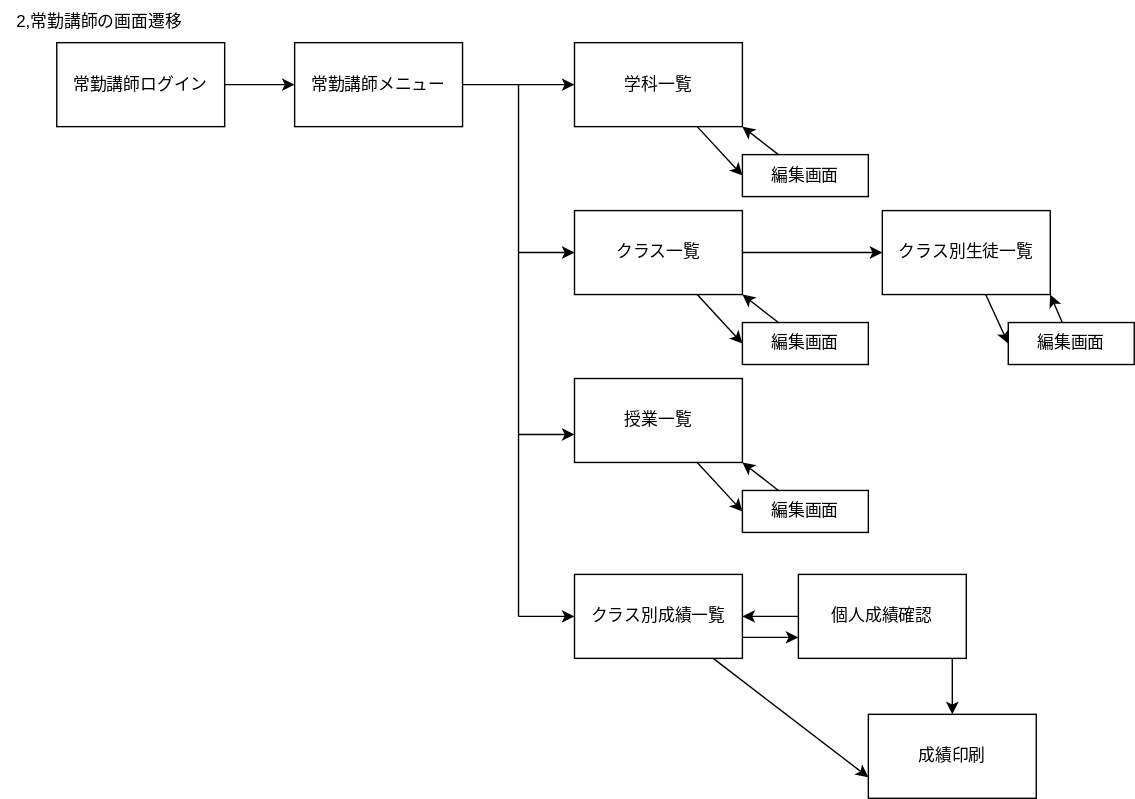
The draw.io diagram teamG4.drawio.svg in Skypeace8585/uml-introduction, before a commit. Source tidied: cells renumbered, new cells last; positions are measured from the earlier drawing's top-left corner, leaving out a move shared by most shapes. The source it was exported from:
```xml
<mxGraphModel>
  <root>
    <mxCell id="0" />
    <mxCell id="1" parent="0" />
    <mxCell id="2" value="2,常勤講師の画面遷移" style="text;html=1;align=center;verticalAlign=middle;strokeColor=none;fillColor=none;" parent="1" vertex="1">
      <mxGeometry width="140" height="30" as="geometry" />
    </mxCell>
    <mxCell id="3" style="edgeStyle=none;html=1;entryX=0;entryY=0.5;entryDx=0;entryDy=0;" parent="1" edge="1" source="4" target="6">
      <mxGeometry relative="1" as="geometry" />
    </mxCell>
    <mxCell id="4" value="常勤講師ログイン" style="rounded=0;whiteSpace=wrap;html=1;" parent="1" vertex="1">
      <mxGeometry x="40" y="30" width="120" height="60" as="geometry" />
    </mxCell>
    <mxCell id="5" style="edgeStyle=none;html=1;entryX=0;entryY=0.5;entryDx=0;entryDy=0;" parent="1" edge="1" source="6">
      <mxGeometry relative="1" as="geometry">
        <mxPoint x="410" y="60" as="targetPoint" />
      </mxGeometry>
    </mxCell>
    <mxCell id="6" value="常勤講師メニュー" style="rounded=0;whiteSpace=wrap;html=1;" parent="1" vertex="1">
      <mxGeometry x="210" y="30" width="120" height="60" as="geometry" />
    </mxCell>
    <mxCell id="7" style="edgeStyle=none;html=1;entryX=0;entryY=0.5;entryDx=0;entryDy=0;" parent="1" edge="1" source="8" target="18">
      <mxGeometry relative="1" as="geometry" />
    </mxCell>
    <mxCell id="8" value="学科一覧" style="rounded=0;whiteSpace=wrap;html=1;" parent="1" vertex="1">
      <mxGeometry x="410" y="30" width="120" height="60" as="geometry" />
    </mxCell>
    <mxCell id="9" style="edgeStyle=none;html=1;exitX=1;exitY=0.5;exitDx=0;exitDy=0;" parent="1" edge="1" source="11">
      <mxGeometry relative="1" as="geometry">
        <mxPoint x="630" y="180" as="targetPoint" />
      </mxGeometry>
    </mxCell>
    <mxCell id="10" style="edgeStyle=none;html=1;entryX=0;entryY=0.5;entryDx=0;entryDy=0;" parent="1" edge="1" source="11" target="20">
      <mxGeometry relative="1" as="geometry" />
    </mxCell>
    <mxCell id="11" value="クラス一覧" style="rounded=0;whiteSpace=wrap;html=1;" parent="1" vertex="1">
      <mxGeometry x="410" y="150" width="120" height="60" as="geometry" />
    </mxCell>
    <mxCell id="12" style="endArrow=none;html=1;" parent="1" edge="1">
      <mxGeometry relative="1" as="geometry">
        <mxPoint x="370" y="440" as="sourcePoint" />
        <mxPoint x="370" y="60" as="targetPoint" />
      </mxGeometry>
    </mxCell>
    <mxCell id="13" style="endArrow=classic;html=1;entryX=0;entryY=0.5;entryDx=0;entryDy=0;" parent="1" edge="1" target="11">
      <mxGeometry relative="1" as="geometry">
        <mxPoint x="370" y="180" as="sourcePoint" />
      </mxGeometry>
    </mxCell>
    <mxCell id="14" style="endArrow=classic;html=1;" parent="1" edge="1">
      <mxGeometry relative="1" as="geometry">
        <mxPoint x="370" y="310" as="sourcePoint" />
        <mxPoint x="410" y="310" as="targetPoint" />
      </mxGeometry>
    </mxCell>
    <mxCell id="15" style="edgeStyle=none;html=1;entryX=0;entryY=0.5;entryDx=0;entryDy=0;" parent="1" edge="1" source="16" target="22">
      <mxGeometry relative="1" as="geometry" />
    </mxCell>
    <mxCell id="16" value="授業一覧" style="rounded=0;whiteSpace=wrap;html=1;" parent="1" vertex="1">
      <mxGeometry x="410" y="270" width="120" height="60" as="geometry" />
    </mxCell>
    <mxCell id="17" style="edgeStyle=none;html=1;entryX=1;entryY=1;entryDx=0;entryDy=0;" parent="1" edge="1" source="18" target="8">
      <mxGeometry relative="1" as="geometry" />
    </mxCell>
    <mxCell id="18" value="編集画面" style="rounded=0;whiteSpace=wrap;html=1;" parent="1" vertex="1">
      <mxGeometry x="530" y="110" width="90" height="30" as="geometry" />
    </mxCell>
    <mxCell id="19" style="edgeStyle=none;html=1;entryX=1;entryY=1;entryDx=0;entryDy=0;" parent="1" edge="1" source="20" target="11">
      <mxGeometry relative="1" as="geometry" />
    </mxCell>
    <mxCell id="20" value="編集画面" style="rounded=0;whiteSpace=wrap;html=1;" parent="1" vertex="1">
      <mxGeometry x="530" y="230" width="90" height="30" as="geometry" />
    </mxCell>
    <mxCell id="21" style="edgeStyle=none;html=1;entryX=1;entryY=1;entryDx=0;entryDy=0;" parent="1" edge="1" source="22" target="16">
      <mxGeometry relative="1" as="geometry" />
    </mxCell>
    <mxCell id="22" value="編集画面" style="rounded=0;whiteSpace=wrap;html=1;" parent="1" vertex="1">
      <mxGeometry x="530" y="350" width="90" height="30" as="geometry" />
    </mxCell>
    <mxCell id="23" style="edgeStyle=none;html=1;entryX=0;entryY=0.5;entryDx=0;entryDy=0;" parent="1" edge="1" source="24" target="26">
      <mxGeometry relative="1" as="geometry" />
    </mxCell>
    <mxCell id="24" value="クラス別生徒一覧" style="rounded=0;whiteSpace=wrap;html=1;" parent="1" vertex="1">
      <mxGeometry x="630" y="150" width="120" height="60" as="geometry" />
    </mxCell>
    <mxCell id="25" style="edgeStyle=none;html=1;entryX=1;entryY=1;entryDx=0;entryDy=0;" parent="1" edge="1" source="26" target="24">
      <mxGeometry relative="1" as="geometry" />
    </mxCell>
    <mxCell id="26" value="編集画面" style="rounded=0;whiteSpace=wrap;html=1;" parent="1" vertex="1">
      <mxGeometry x="720" y="230" width="90" height="30" as="geometry" />
    </mxCell>
    <mxCell id="27" style="edgeStyle=none;html=1;entryX=0;entryY=0.75;entryDx=0;entryDy=0;" parent="1" edge="1" target="34">
      <mxGeometry relative="1" as="geometry">
        <mxPoint x="530" y="455" as="sourcePoint" />
      </mxGeometry>
    </mxCell>
    <mxCell id="28" style="edgeStyle=none;html=1;entryX=0;entryY=0.75;entryDx=0;entryDy=0;" parent="1" edge="1" source="29" target="31">
      <mxGeometry relative="1" as="geometry" />
    </mxCell>
    <mxCell id="29" value="クラス別成績一覧" style="rounded=0;whiteSpace=wrap;html=1;" parent="1" vertex="1">
      <mxGeometry x="410" y="410" width="120" height="60" as="geometry" />
    </mxCell>
    <mxCell id="30" style="endArrow=classic;html=1;entryX=0;entryY=0.5;entryDx=0;entryDy=0;" parent="1" edge="1" target="29">
      <mxGeometry relative="1" as="geometry">
        <mxPoint x="370" y="440" as="sourcePoint" />
      </mxGeometry>
    </mxCell>
    <mxCell id="31" value="成績印刷" style="rounded=0;whiteSpace=wrap;html=1;" parent="1" vertex="1">
      <mxGeometry x="620" y="510" width="120" height="60" as="geometry" />
    </mxCell>
    <mxCell id="32" style="edgeStyle=none;html=1;entryX=0.5;entryY=0;entryDx=0;entryDy=0;" parent="1" edge="1" target="31">
      <mxGeometry relative="1" as="geometry">
        <mxPoint x="680" y="425" as="sourcePoint" />
      </mxGeometry>
    </mxCell>
    <mxCell id="33" style="edgeStyle=none;html=1;entryX=1;entryY=0.5;entryDx=0;entryDy=0;" parent="1" edge="1" source="34" target="29">
      <mxGeometry relative="1" as="geometry" />
    </mxCell>
    <mxCell id="34" value="個人成績確認" style="rounded=0;whiteSpace=wrap;html=1;" parent="1" vertex="1">
      <mxGeometry x="570" y="410" width="120" height="60" as="geometry" />
    </mxCell>
  </root>
</mxGraphModel>
```
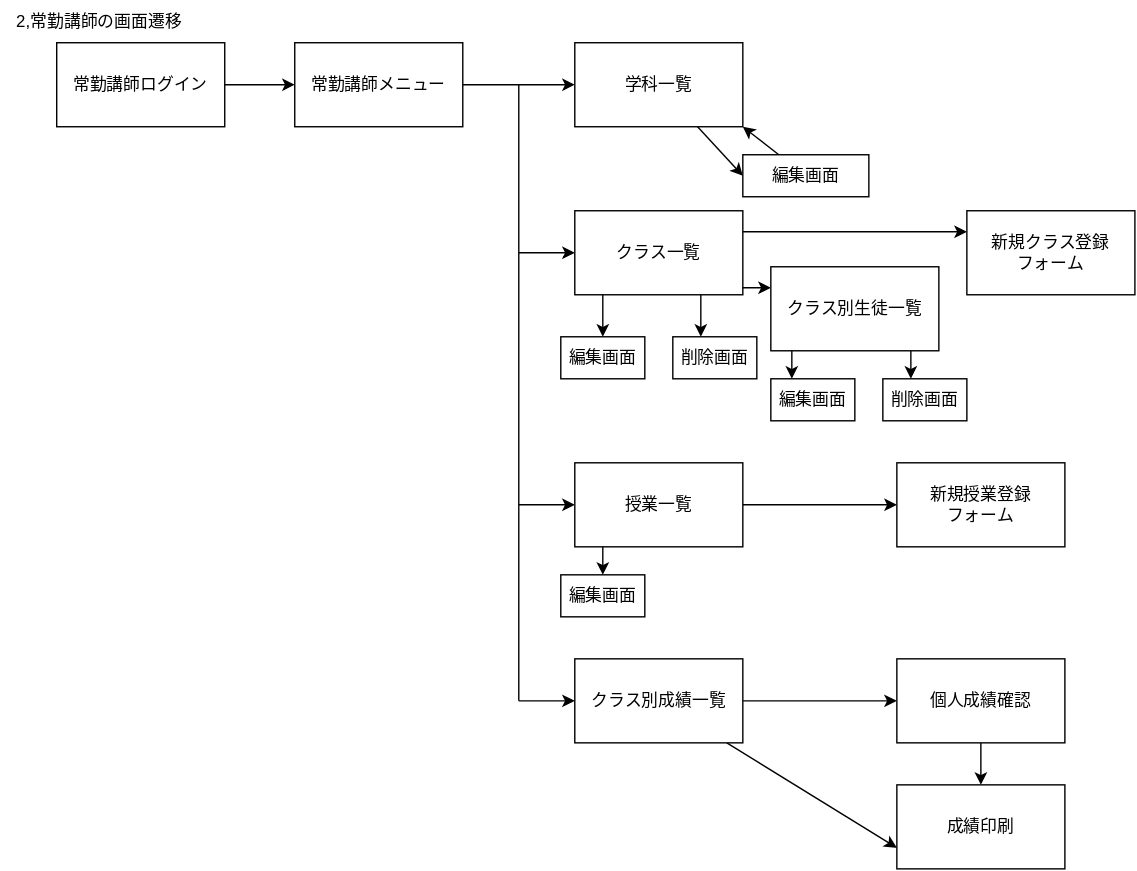
Above is the later version.

Diff of the diagram source:
```diff
@@ -25,20 +25,22 @@
     <mxCell id="8" value="学科一覧" style="rounded=0;whiteSpace=wrap;html=1;" parent="1" vertex="1">
       <mxGeometry x="410" y="30" width="120" height="60" as="geometry" />
     </mxCell>
-    <mxCell id="9" style="edgeStyle=none;html=1;exitX=1;exitY=0.5;exitDx=0;exitDy=0;" parent="1" edge="1" source="11">
+    <mxCell id="9" style="edgeStyle=none;html=1;exitX=1;exitY=0.25;exitDx=0;exitDy=0;" parent="1" edge="1" source="11">
       <mxGeometry relative="1" as="geometry">
-        <mxPoint x="630" y="180" as="targetPoint" />
+        <mxPoint x="690" y="165" as="targetPoint" />
       </mxGeometry>
     </mxCell>
-    <mxCell id="10" style="edgeStyle=none;html=1;entryX=0;entryY=0.5;entryDx=0;entryDy=0;" parent="1" edge="1" source="11" target="20">
-      <mxGeometry relative="1" as="geometry" />
-    </mxCell>
+    <mxCell id="35" style="edgeStyle=none;html=1;entryX=0;entryY=0.25;entryDx=0;entryDy=0;" parent="1" edge="1" target="24">
+      <mxGeometry relative="1" as="geometry">
+        <mxPoint x="520" y="205" as="sourcePoint" />
+      </mxGeometry>
+    </mxCell>
     <mxCell id="11" value="クラス一覧" style="rounded=0;whiteSpace=wrap;html=1;" parent="1" vertex="1">
       <mxGeometry x="410" y="150" width="120" height="60" as="geometry" />
     </mxCell>
     <mxCell id="12" style="endArrow=none;html=1;" parent="1" edge="1">
       <mxGeometry relative="1" as="geometry">
-        <mxPoint x="370" y="440" as="sourcePoint" />
+        <mxPoint x="370" y="500" as="sourcePoint" />
         <mxPoint x="370" y="60" as="targetPoint" />
       </mxGeometry>
     </mxCell>
@@ -47,17 +49,16 @@
         <mxPoint x="370" y="180" as="sourcePoint" />
       </mxGeometry>
     </mxCell>
-    <mxCell id="14" style="endArrow=classic;html=1;" parent="1" edge="1">
+    <mxCell id="14" style="endArrow=classic;html=1;entryX=0;entryY=0.5;entryDx=0;entryDy=0;" parent="1" edge="1" target="16">
       <mxGeometry relative="1" as="geometry">
-        <mxPoint x="370" y="310" as="sourcePoint" />
-        <mxPoint x="410" y="310" as="targetPoint" />
+        <mxPoint x="370" y="360" as="sourcePoint" />
       </mxGeometry>
     </mxCell>
-    <mxCell id="15" style="edgeStyle=none;html=1;entryX=0;entryY=0.5;entryDx=0;entryDy=0;" parent="1" edge="1" source="16" target="22">
-      <mxGeometry relative="1" as="geometry" />
-    </mxCell>
+    <mxCell id="36" style="edgeStyle=none;html=1;entryX=0;entryY=0.5;entryDx=0;entryDy=0;" parent="1" edge="1" source="16" target="40">
+      <mxGeometry relative="1" as="geometry" />
+    </mxCell>
     <mxCell id="16" value="授業一覧" style="rounded=0;whiteSpace=wrap;html=1;" parent="1" vertex="1">
-      <mxGeometry x="410" y="270" width="120" height="60" as="geometry" />
+      <mxGeometry x="410" y="330" width="120" height="60" as="geometry" />
     </mxCell>
     <mxCell id="17" style="edgeStyle=none;html=1;entryX=1;entryY=1;entryDx=0;entryDy=0;" parent="1" edge="1" source="18" target="8">
       <mxGeometry relative="1" as="geometry" />
@@ -65,59 +66,79 @@
     <mxCell id="18" value="編集画面" style="rounded=0;whiteSpace=wrap;html=1;" parent="1" vertex="1">
       <mxGeometry x="530" y="110" width="90" height="30" as="geometry" />
     </mxCell>
-    <mxCell id="19" style="edgeStyle=none;html=1;entryX=1;entryY=1;entryDx=0;entryDy=0;" parent="1" edge="1" source="20" target="11">
-      <mxGeometry relative="1" as="geometry" />
-    </mxCell>
-    <mxCell id="20" value="編集画面" style="rounded=0;whiteSpace=wrap;html=1;" parent="1" vertex="1">
-      <mxGeometry x="530" y="230" width="90" height="30" as="geometry" />
-    </mxCell>
-    <mxCell id="21" style="edgeStyle=none;html=1;entryX=1;entryY=1;entryDx=0;entryDy=0;" parent="1" edge="1" source="22" target="16">
-      <mxGeometry relative="1" as="geometry" />
-    </mxCell>
-    <mxCell id="22" value="編集画面" style="rounded=0;whiteSpace=wrap;html=1;" parent="1" vertex="1">
-      <mxGeometry x="530" y="350" width="90" height="30" as="geometry" />
-    </mxCell>
-    <mxCell id="23" style="edgeStyle=none;html=1;entryX=0;entryY=0.5;entryDx=0;entryDy=0;" parent="1" edge="1" source="24" target="26">
-      <mxGeometry relative="1" as="geometry" />
-    </mxCell>
+    <mxCell id="37" style="edgeStyle=none;html=1;entryX=0.25;entryY=0;entryDx=0;entryDy=0;" parent="1" edge="1" target="45">
+      <mxGeometry relative="1" as="geometry">
+        <mxPoint x="565" y="250" as="sourcePoint" />
+      </mxGeometry>
+    </mxCell>
     <mxCell id="24" value="クラス別生徒一覧" style="rounded=0;whiteSpace=wrap;html=1;" parent="1" vertex="1">
-      <mxGeometry x="630" y="150" width="120" height="60" as="geometry" />
+      <mxGeometry x="550" y="190" width="120" height="60" as="geometry" />
     </mxCell>
-    <mxCell id="25" style="edgeStyle=none;html=1;entryX=1;entryY=1;entryDx=0;entryDy=0;" parent="1" edge="1" source="26" target="24">
-      <mxGeometry relative="1" as="geometry" />
-    </mxCell>
-    <mxCell id="26" value="編集画面" style="rounded=0;whiteSpace=wrap;html=1;" parent="1" vertex="1">
-      <mxGeometry x="720" y="230" width="90" height="30" as="geometry" />
-    </mxCell>
-    <mxCell id="27" style="edgeStyle=none;html=1;entryX=0;entryY=0.75;entryDx=0;entryDy=0;" parent="1" edge="1" target="34">
-      <mxGeometry relative="1" as="geometry">
-        <mxPoint x="530" y="455" as="sourcePoint" />
-      </mxGeometry>
+    <mxCell id="27" style="edgeStyle=none;html=1;exitX=1;exitY=0.5;exitDx=0;exitDy=0;entryX=0;entryY=0.5;entryDx=0;entryDy=0;" parent="1" edge="1" source="29" target="34">
+      <mxGeometry relative="1" as="geometry" />
     </mxCell>
     <mxCell id="28" style="edgeStyle=none;html=1;entryX=0;entryY=0.75;entryDx=0;entryDy=0;" parent="1" edge="1" source="29" target="31">
       <mxGeometry relative="1" as="geometry" />
     </mxCell>
     <mxCell id="29" value="クラス別成績一覧" style="rounded=0;whiteSpace=wrap;html=1;" parent="1" vertex="1">
-      <mxGeometry x="410" y="410" width="120" height="60" as="geometry" />
+      <mxGeometry x="410" y="470" width="120" height="60" as="geometry" />
     </mxCell>
     <mxCell id="30" style="endArrow=classic;html=1;entryX=0;entryY=0.5;entryDx=0;entryDy=0;" parent="1" edge="1" target="29">
       <mxGeometry relative="1" as="geometry">
-        <mxPoint x="370" y="440" as="sourcePoint" />
+        <mxPoint x="370" y="500" as="sourcePoint" />
       </mxGeometry>
     </mxCell>
     <mxCell id="31" value="成績印刷" style="rounded=0;whiteSpace=wrap;html=1;" parent="1" vertex="1">
-      <mxGeometry x="620" y="510" width="120" height="60" as="geometry" />
+      <mxGeometry x="640" y="560" width="120" height="60" as="geometry" />
     </mxCell>
-    <mxCell id="32" style="edgeStyle=none;html=1;entryX=0.5;entryY=0;entryDx=0;entryDy=0;" parent="1" edge="1" target="31">
-      <mxGeometry relative="1" as="geometry">
-        <mxPoint x="680" y="425" as="sourcePoint" />
-      </mxGeometry>
+    <mxCell id="32" style="edgeStyle=none;html=1;entryX=0.5;entryY=0;entryDx=0;entryDy=0;exitX=0.5;exitY=1;exitDx=0;exitDy=0;" parent="1" edge="1" source="34" target="31">
+      <mxGeometry relative="1" as="geometry" />
     </mxCell>
-    <mxCell id="33" style="edgeStyle=none;html=1;entryX=1;entryY=0.5;entryDx=0;entryDy=0;" parent="1" edge="1" source="34" target="29">
-      <mxGeometry relative="1" as="geometry" />
-    </mxCell>
     <mxCell id="34" value="個人成績確認" style="rounded=0;whiteSpace=wrap;html=1;" parent="1" vertex="1">
-      <mxGeometry x="570" y="410" width="120" height="60" as="geometry" />
+      <mxGeometry x="640" y="470" width="120" height="60" as="geometry" />
     </mxCell>
+    <mxCell id="38" value="編集画面" style="rounded=0;whiteSpace=wrap;html=1;" parent="1" vertex="1">
+      <mxGeometry x="400" y="240" width="60" height="30" as="geometry" />
+    </mxCell>
+    <mxCell id="39" style="endArrow=classic;html=1;" parent="1" edge="1">
+      <mxGeometry relative="1" as="geometry">
+        <mxPoint x="430" y="210" as="sourcePoint" />
+        <mxPoint x="430" y="240" as="targetPoint" />
+      </mxGeometry>
+    </mxCell>
+    <mxCell id="40" value="新規授業登録&lt;br&gt;フォーム" style="rounded=0;whiteSpace=wrap;html=1;" parent="1" vertex="1">
+      <mxGeometry x="640" y="330" width="120" height="60" as="geometry" />
+    </mxCell>
+    <mxCell id="41" style="endArrow=classic;html=1;exitX=0.75;exitY=1;exitDx=0;exitDy=0;" parent="1" edge="1" source="11">
+      <mxGeometry relative="1" as="geometry">
+        <mxPoint x="500" y="240" as="targetPoint" />
+      </mxGeometry>
+    </mxCell>
+    <mxCell id="42" value="削除画面" style="rounded=0;whiteSpace=wrap;html=1;" parent="1" vertex="1">
+      <mxGeometry x="480" y="240" width="60" height="30" as="geometry" />
+    </mxCell>
+    <mxCell id="43" value="編集画面" style="rounded=0;whiteSpace=wrap;html=1;" parent="1" vertex="1">
+      <mxGeometry x="400" y="410" width="60" height="30" as="geometry" />
+    </mxCell>
+    <mxCell id="44" style="endArrow=classic;html=1;entryX=0.5;entryY=0;entryDx=0;entryDy=0;" parent="1" edge="1" target="43">
+      <mxGeometry relative="1" as="geometry">
+        <mxPoint x="430" y="390" as="sourcePoint" />
+      </mxGeometry>
+    </mxCell>
+    <mxCell id="45" value="編集画面" style="rounded=0;whiteSpace=wrap;html=1;" parent="1" vertex="1">
+      <mxGeometry x="550" y="270" width="60" height="30" as="geometry" />
+    </mxCell>
+    <mxCell id="46" value="削除画面" style="rounded=0;whiteSpace=wrap;html=1;" parent="1" vertex="1">
+      <mxGeometry x="630" y="270" width="60" height="30" as="geometry" />
+    </mxCell>
+    <mxCell id="47" style="edgeStyle=none;html=1;" parent="1" edge="1">
+      <mxGeometry relative="1" as="geometry">
+        <mxPoint x="650" y="250" as="sourcePoint" />
+        <mxPoint x="650" y="270" as="targetPoint" />
+      </mxGeometry>
+    </mxCell>
+    <mxCell id="48" value="新規クラス登録&lt;br&gt;フォーム" style="rounded=0;whiteSpace=wrap;html=1;" parent="1" vertex="1">
+      <mxGeometry x="690" y="150" width="120" height="60" as="geometry" />
+    </mxCell>
   </root>
 </mxGraphModel>
```
